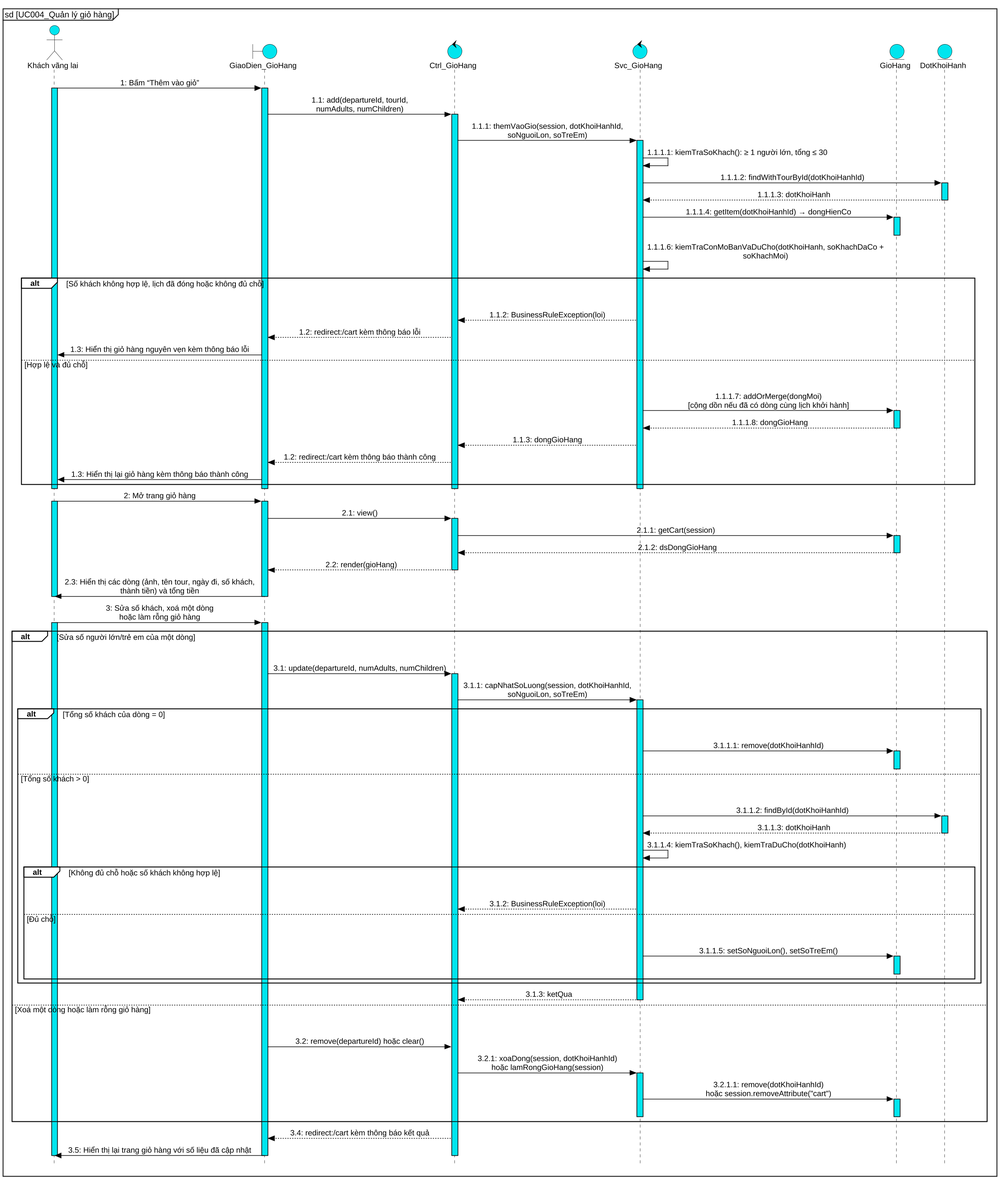
Earlier version of the PlantUML export docs/report/diagrams/png/UC004_sequence.png (kanele05/project_www). Its diagram source:
```plantuml
@startuml UC004_sequence
skinparam dpi 140
skinparam defaultFontName "Liberation Sans"
skinparam defaultFontSize 13
skinparam backgroundColor white
skinparam shadowing false
skinparam style strictuml
hide footbox
skinparam maxMessageSize 420
skinparam sequenceMessageAlign center
skinparam responseMessageBelowArrow false
skinparam ArrowColor black
skinparam ParticipantPadding 90
skinparam BoxPadding 6
skinparam sequence {
  ArrowColor black
  LifeLineBorderColor black
  LifeLineBackgroundColor #00E5EE
  ParticipantBackgroundColor #00E5EE
  ParticipantBorderColor black
  ActorBackgroundColor #00E5EE
  ActorBorderColor black
  GroupBorderColor black
  GroupBackgroundColor white
  GroupHeaderFontStyle bold
  GroupFontStyle plain
  GroupBorderThickness 1.2
}
skinparam note {
  BackgroundColor transparent
  BorderColor transparent
  FontColor transparent
}
skinparam BoundaryBackgroundColor #00E5EE
skinparam BoundaryBorderColor black
skinparam ControlBackgroundColor #00E5EE
skinparam ControlBorderColor black
skinparam EntityBackgroundColor #00E5EE
skinparam EntityBorderColor black
skinparam ActorBackgroundColor #00E5EE
skinparam ActorBorderColor black
mainframe sd [UC004_Quản lý giỏ hàng]
actor "Khách vãng lai" as kh
boundary "GiaoDien_GioHang" as ui
control "Ctrl_GioHang" as ctrl
control "Svc_GioHang" as svc
entity "GioHang" as gh
entity "DotKhoiHanh" as dot

kh -> ui : 1: Bấm “Thêm vào giỏ”
activate kh #00E5EE
activate ui #00E5EE
ui -> ctrl : 1.1: add(departureId, tourId,\nnumAdults, numChildren)
activate ctrl #00E5EE
ctrl -> svc : 1.1.1: themVaoGio(session, dotKhoiHanhId,\nsoNguoiLon, soTreEm)
activate svc #00E5EE
svc -> svc : 1.1.1.1: kiemTraSoKhach(): ≥ 1 người lớn, tổng ≤ 30
svc -> dot : 1.1.1.2: findWithTourById(dotKhoiHanhId)
activate dot #00E5EE
return 1.1.1.3: dotKhoiHanh
svc -> gh : 1.1.1.4: getItem(dotKhoiHanhId) → dongHienCo
activate gh #00E5EE
deactivate gh
svc -> svc : 1.1.1.6: kiemTraConMoBanVaDuCho(dotKhoiHanh, soKhachDaCo + soKhachMoi)
alt Số khách không hợp lệ, lịch đã đóng hoặc không đủ chỗ
  hnote over kh, dot : .
  svc --> ctrl : 1.1.2: BusinessRuleException(loi)
  ctrl --> ui : 1.2: redirect:/cart kèm thông báo lỗi
  ui -> kh : 1.3: Hiển thị giỏ hàng nguyên vẹn kèm thông báo lỗi
else Hợp lệ và đủ chỗ
  hnote over kh, dot : .
  svc -> gh : 1.1.1.7: addOrMerge(dongMoi)\n[cộng dồn nếu đã có dòng cùng lịch khởi hành]
  activate gh #00E5EE
  return 1.1.1.8: dongGioHang
  svc --> ctrl : 1.1.3: dongGioHang
  ctrl --> ui : 1.2: redirect:/cart kèm thông báo thành công
  ui -> kh : 1.3: Hiển thị lại giỏ hàng kèm thông báo thành công
end
deactivate svc
deactivate ctrl
deactivate ui
deactivate kh

kh -> ui : 2: Mở trang giỏ hàng
activate kh #00E5EE
activate ui #00E5EE
ui -> ctrl : 2.1: view()
activate ctrl #00E5EE
ctrl -> gh : 2.1.1: getCart(session)
activate gh #00E5EE
return 2.1.2: dsDongGioHang
ctrl --> ui : 2.2: render(gioHang)
deactivate ctrl
ui -> kh : 2.3: Hiển thị các dòng (ảnh, tên tour, ngày đi, số khách,\nthành tiền) và tổng tiền
deactivate ui
deactivate kh

kh -> ui : 3: Sửa số khách, xoá một dòng\nhoặc làm rỗng giỏ hàng
activate kh #00E5EE
activate ui #00E5EE
alt Sửa số người lớn/trẻ em của một dòng
  hnote over kh, dot : .
  ui -> ctrl : 3.1: update(departureId, numAdults, numChildren)
  activate ctrl #00E5EE
  ctrl -> svc : 3.1.1: capNhatSoLuong(session, dotKhoiHanhId,\nsoNguoiLon, soTreEm)
  activate svc #00E5EE
  alt Tổng số khách của dòng = 0
    hnote over kh, dot : .
    svc -> gh : 3.1.1.1: remove(dotKhoiHanhId)
    activate gh #00E5EE
    deactivate gh
  else Tổng số khách > 0
    hnote over kh, dot : .
    svc -> dot : 3.1.1.2: findById(dotKhoiHanhId)
    activate dot #00E5EE
    return 3.1.1.3: dotKhoiHanh
    svc -> svc : 3.1.1.4: kiemTraSoKhach(), kiemTraDuCho(dotKhoiHanh)
    alt Không đủ chỗ hoặc số khách không hợp lệ
      hnote over kh, dot : .
      svc --> ctrl : 3.1.2: BusinessRuleException(loi)
    else Đủ chỗ
      hnote over kh, dot : .
      svc -> gh : 3.1.1.5: setSoNguoiLon(), setSoTreEm()
      activate gh #00E5EE
      deactivate gh
    end
  end
  svc --> ctrl : 3.1.3: ketQua
  deactivate svc
else Xoá một dòng hoặc làm rỗng giỏ hàng
  hnote over kh, dot : .
  ui -> ctrl : 3.2: remove(departureId) hoặc clear()
  ctrl -> svc : 3.2.1: xoaDong(session, dotKhoiHanhId)\nhoặc lamRongGioHang(session)
  activate svc #00E5EE
  svc -> gh : 3.2.1.1: remove(dotKhoiHanhId)\nhoặc session.removeAttribute("cart")
  activate gh #00E5EE
  deactivate gh
  deactivate svc
end
ctrl --> ui : 3.4: redirect:/cart kèm thông báo kết quả
ui -> kh : 3.5: Hiển thị lại trang giỏ hàng với số liệu đã cập nhật
deactivate ctrl
deactivate ui
deactivate kh
@enduml
```
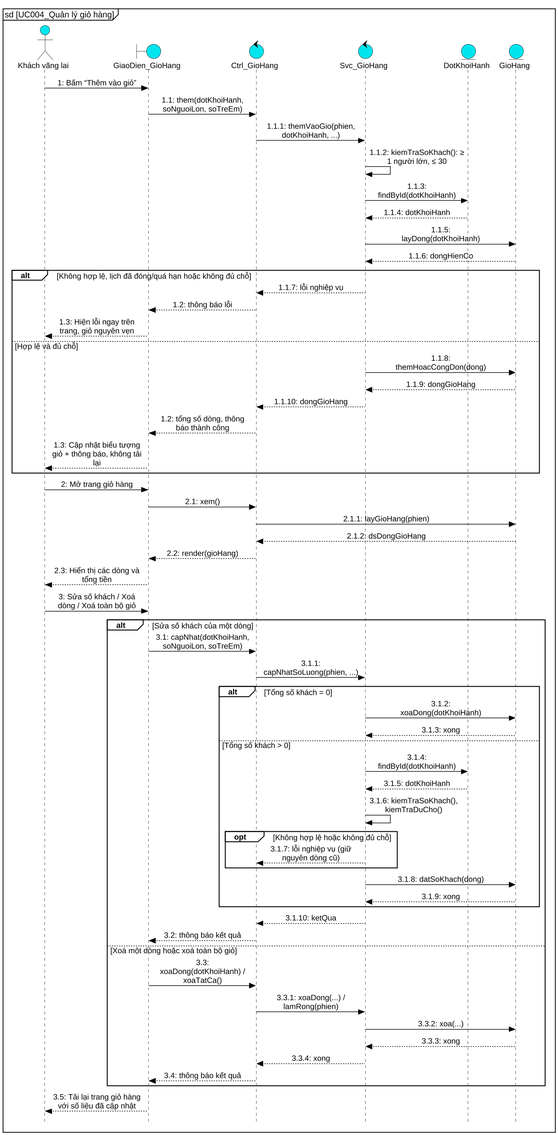
The same diagram one commit later.

Change to the diagram source:
```diff
@@ -6,11 +6,11 @@
 skinparam shadowing false
 skinparam style strictuml
 hide footbox
-skinparam maxMessageSize 420
+skinparam maxMessageSize 160
 skinparam sequenceMessageAlign center
 skinparam responseMessageBelowArrow false
 skinparam ArrowColor black
-skinparam ParticipantPadding 90
+skinparam ParticipantPadding 12
 skinparam BoxPadding 6
 skinparam sequence {
   ArrowColor black
@@ -40,106 +40,64 @@
 skinparam ActorBackgroundColor #00E5EE
 skinparam ActorBorderColor black
 mainframe sd [UC004_Quản lý giỏ hàng]
+
 actor "Khách vãng lai" as kh
 boundary "GiaoDien_GioHang" as ui
 control "Ctrl_GioHang" as ctrl
 control "Svc_GioHang" as svc
+entity "DotKhoiHanh" as dot
 entity "GioHang" as gh
-entity "DotKhoiHanh" as dot
-
 kh -> ui : 1: Bấm “Thêm vào giỏ”
-activate kh #00E5EE
-activate ui #00E5EE
-ui -> ctrl : 1.1: add(departureId, tourId,\nnumAdults, numChildren)
-activate ctrl #00E5EE
-ctrl -> svc : 1.1.1: themVaoGio(session, dotKhoiHanhId,\nsoNguoiLon, soTreEm)
-activate svc #00E5EE
-svc -> svc : 1.1.1.1: kiemTraSoKhach(): ≥ 1 người lớn, tổng ≤ 30
-svc -> dot : 1.1.1.2: findWithTourById(dotKhoiHanhId)
-activate dot #00E5EE
-return 1.1.1.3: dotKhoiHanh
-svc -> gh : 1.1.1.4: getItem(dotKhoiHanhId) → dongHienCo
-activate gh #00E5EE
-deactivate gh
-svc -> svc : 1.1.1.6: kiemTraConMoBanVaDuCho(dotKhoiHanh, soKhachDaCo + soKhachMoi)
-alt Số khách không hợp lệ, lịch đã đóng hoặc không đủ chỗ
-  hnote over kh, dot : .
-  svc --> ctrl : 1.1.2: BusinessRuleException(loi)
-  ctrl --> ui : 1.2: redirect:/cart kèm thông báo lỗi
-  ui -> kh : 1.3: Hiển thị giỏ hàng nguyên vẹn kèm thông báo lỗi
+ui -> ctrl : 1.1: them(dotKhoiHanh, soNguoiLon, soTreEm)
+ctrl -> svc : 1.1.1: themVaoGio(phien, dotKhoiHanh, ...)
+svc -> svc : 1.1.2: kiemTraSoKhach(): ≥ 1 người lớn, ≤ 30
+svc -> dot : 1.1.3: findById(dotKhoiHanh)
+dot --> svc : 1.1.4: dotKhoiHanh
+svc -> gh : 1.1.5: layDong(dotKhoiHanh)
+gh --> svc : 1.1.6: dongHienCo
+alt Không hợp lệ, lịch đã đóng/quá hạn hoặc không đủ chỗ
+  svc --> ctrl : 1.1.7: lỗi nghiệp vụ
+  ctrl --> ui : 1.2: thông báo lỗi
+  ui --> kh : 1.3: Hiện lỗi ngay trên trang, giỏ nguyên vẹn
 else Hợp lệ và đủ chỗ
-  hnote over kh, dot : .
-  svc -> gh : 1.1.1.7: addOrMerge(dongMoi)\n[cộng dồn nếu đã có dòng cùng lịch khởi hành]
-  activate gh #00E5EE
-  return 1.1.1.8: dongGioHang
-  svc --> ctrl : 1.1.3: dongGioHang
-  ctrl --> ui : 1.2: redirect:/cart kèm thông báo thành công
-  ui -> kh : 1.3: Hiển thị lại giỏ hàng kèm thông báo thành công
+  svc -> gh : 1.1.8: themHoacCongDon(dong)
+  gh --> svc : 1.1.9: dongGioHang
+  svc --> ctrl : 1.1.10: dongGioHang
+  ctrl --> ui : 1.2: tổng số dòng, thông báo thành công
+  ui --> kh : 1.3: Cập nhật biểu tượng giỏ + thông báo, không tải lại
 end
-deactivate svc
-deactivate ctrl
-deactivate ui
-deactivate kh
-
 kh -> ui : 2: Mở trang giỏ hàng
-activate kh #00E5EE
-activate ui #00E5EE
-ui -> ctrl : 2.1: view()
-activate ctrl #00E5EE
-ctrl -> gh : 2.1.1: getCart(session)
-activate gh #00E5EE
-return 2.1.2: dsDongGioHang
+ui -> ctrl : 2.1: xem()
+ctrl -> gh : 2.1.1: layGioHang(phien)
+gh --> ctrl : 2.1.2: dsDongGioHang
 ctrl --> ui : 2.2: render(gioHang)
-deactivate ctrl
-ui -> kh : 2.3: Hiển thị các dòng (ảnh, tên tour, ngày đi, số khách,\nthành tiền) và tổng tiền
-deactivate ui
-deactivate kh
-
-kh -> ui : 3: Sửa số khách, xoá một dòng\nhoặc làm rỗng giỏ hàng
-activate kh #00E5EE
-activate ui #00E5EE
-alt Sửa số người lớn/trẻ em của một dòng
-  hnote over kh, dot : .
-  ui -> ctrl : 3.1: update(departureId, numAdults, numChildren)
-  activate ctrl #00E5EE
-  ctrl -> svc : 3.1.1: capNhatSoLuong(session, dotKhoiHanhId,\nsoNguoiLon, soTreEm)
-  activate svc #00E5EE
-  alt Tổng số khách của dòng = 0
-    hnote over kh, dot : .
-    svc -> gh : 3.1.1.1: remove(dotKhoiHanhId)
-    activate gh #00E5EE
-    deactivate gh
+ui --> kh : 2.3: Hiển thị các dòng và tổng tiền
+kh -> ui : 3: Sửa số khách / Xoá dòng / Xoá toàn bộ giỏ
+alt Sửa số khách của một dòng
+  ui -> ctrl : 3.1: capNhat(dotKhoiHanh, soNguoiLon, soTreEm)
+  ctrl -> svc : 3.1.1: capNhatSoLuong(phien, ...)
+  alt Tổng số khách = 0
+    svc -> gh : 3.1.2: xoaDong(dotKhoiHanh)
+    gh --> svc : 3.1.3: xong
   else Tổng số khách > 0
-    hnote over kh, dot : .
-    svc -> dot : 3.1.1.2: findById(dotKhoiHanhId)
-    activate dot #00E5EE
-    return 3.1.1.3: dotKhoiHanh
-    svc -> svc : 3.1.1.4: kiemTraSoKhach(), kiemTraDuCho(dotKhoiHanh)
-    alt Không đủ chỗ hoặc số khách không hợp lệ
-      hnote over kh, dot : .
-      svc --> ctrl : 3.1.2: BusinessRuleException(loi)
-    else Đủ chỗ
-      hnote over kh, dot : .
-      svc -> gh : 3.1.1.5: setSoNguoiLon(), setSoTreEm()
-      activate gh #00E5EE
-      deactivate gh
+    svc -> dot : 3.1.4: findById(dotKhoiHanh)
+    dot --> svc : 3.1.5: dotKhoiHanh
+    svc -> svc : 3.1.6: kiemTraSoKhach(), kiemTraDuCho()
+    opt Không hợp lệ hoặc không đủ chỗ
+      svc --> ctrl : 3.1.7: lỗi nghiệp vụ (giữ nguyên dòng cũ)
     end
+    svc -> gh : 3.1.8: datSoKhach(dong)
+    gh --> svc : 3.1.9: xong
   end
-  svc --> ctrl : 3.1.3: ketQua
-  deactivate svc
-else Xoá một dòng hoặc làm rỗng giỏ hàng
-  hnote over kh, dot : .
-  ui -> ctrl : 3.2: remove(departureId) hoặc clear()
-  ctrl -> svc : 3.2.1: xoaDong(session, dotKhoiHanhId)\nhoặc lamRongGioHang(session)
-  activate svc #00E5EE
-  svc -> gh : 3.2.1.1: remove(dotKhoiHanhId)\nhoặc session.removeAttribute("cart")
-  activate gh #00E5EE
-  deactivate gh
-  deactivate svc
+  svc --> ctrl : 3.1.10: ketQua
+  ctrl --> ui : 3.2: thông báo kết quả
+else Xoá một dòng hoặc xoá toàn bộ giỏ
+  ui -> ctrl : 3.3: xoaDong(dotKhoiHanh) / xoaTatCa()
+  ctrl -> svc : 3.3.1: xoaDong(...) / lamRong(phien)
+  svc -> gh : 3.3.2: xoa(...)
+  gh --> svc : 3.3.3: xong
+  svc --> ctrl : 3.3.4: xong
+  ctrl --> ui : 3.4: thông báo kết quả
 end
-ctrl --> ui : 3.4: redirect:/cart kèm thông báo kết quả
-ui -> kh : 3.5: Hiển thị lại trang giỏ hàng với số liệu đã cập nhật
-deactivate ctrl
-deactivate ui
-deactivate kh
+ui --> kh : 3.5: Tải lại trang giỏ hàng với số liệu đã cập nhật
 @enduml
```
